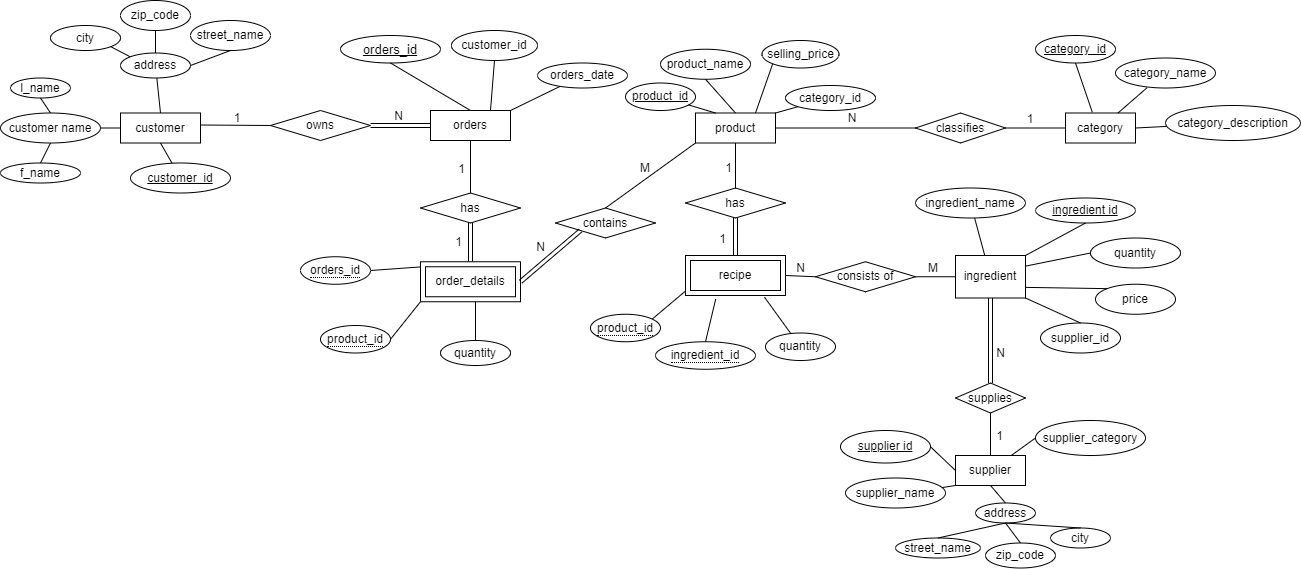
DHBW-Database-Project/Project-Smoothies keeps this draw.io diagram as Docs/ERM Diagramm.png. Above is the earlier version. Source tidied: cells renumbered, new cells last; positions are measured from the earlier drawing's top-left corner, leaving out a move shared by most shapes.
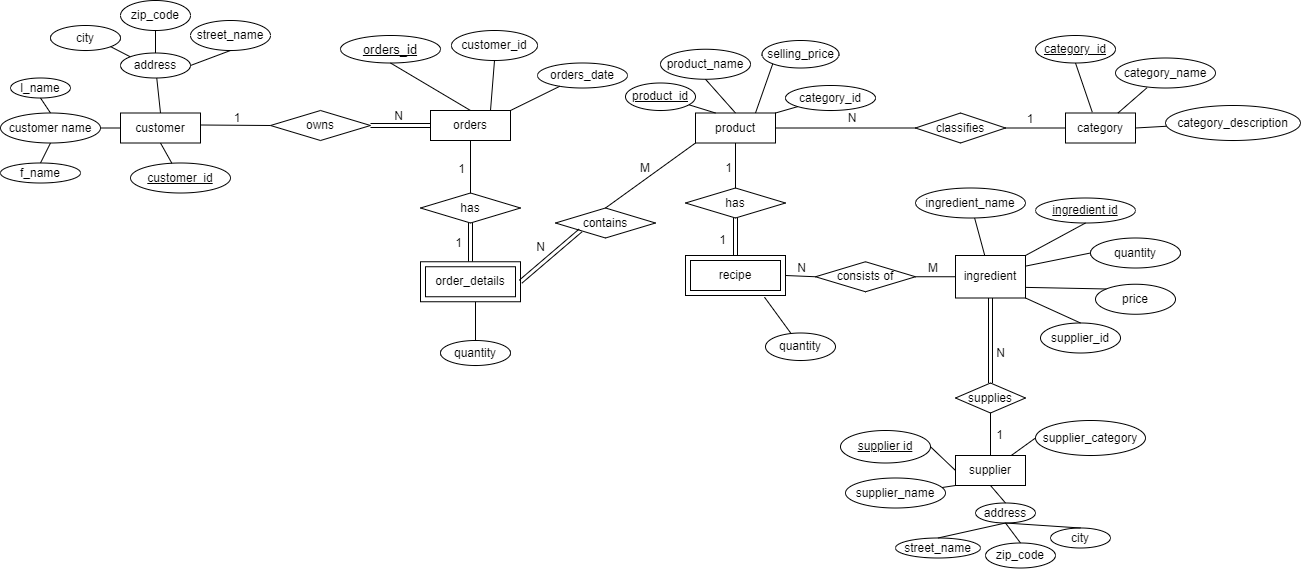
The same file after the commit.

Commit message:
remove keys from weak entities

Diff of the diagram source:
```diff
@@ -254,11 +254,6 @@
     <mxCell id="81" style="endArrow=none;html=1;rounded=0;entryX=0.79;entryY=1.042;entryDx=0;entryDy=0;entryPerimeter=0;" parent="1" edge="1" source="80" target="113">
       <mxGeometry relative="1" as="geometry" />
     </mxCell>
-    <mxCell id="82" style="endArrow=none;html=1;rounded=0;exitX=0.013;exitY=0.861;exitDx=0;exitDy=0;exitPerimeter=0;" parent="1" edge="1" source="113">
-      <mxGeometry relative="1" as="geometry">
-        <mxPoint x="650" y="320" as="targetPoint" />
-      </mxGeometry>
-    </mxCell>
     <mxCell id="83" value="category_id" style="ellipse;whiteSpace=wrap;html=1;align=center;" parent="1" vertex="1">
       <mxGeometry x="785" y="85" width="90" height="25" as="geometry" />
     </mxCell>
@@ -292,15 +287,6 @@
     <mxCell id="91" style="endArrow=none;html=1;rounded=0;exitX=0.5;exitY=0;exitDx=0;exitDy=0;entryX=0.55;entryY=0.995;entryDx=0;entryDy=0;entryPerimeter=0;" parent="1" edge="1" source="56" target="112">
       <mxGeometry relative="1" as="geometry" />
     </mxCell>
-    <mxCell id="92" style="endArrow=none;html=1;rounded=0;exitX=1;exitY=0.5;exitDx=0;exitDy=0;entryX=0.015;entryY=0.127;entryDx=0;entryDy=0;entryPerimeter=0;" parent="1" edge="1" source="99" target="112">
-      <mxGeometry relative="1" as="geometry" />
-    </mxCell>
-    <mxCell id="93" style="endArrow=none;html=1;rounded=0;entryX=0;entryY=1;entryDx=0;entryDy=0;exitX=1;exitY=0.5;exitDx=0;exitDy=0;" parent="1" edge="1" source="100" target="112">
-      <mxGeometry relative="1" as="geometry" />
-    </mxCell>
-    <mxCell id="94" style="endArrow=none;html=1;rounded=0;exitX=0.5;exitY=0;exitDx=0;exitDy=0;entryX=0.302;entryY=1.089;entryDx=0;entryDy=0;entryPerimeter=0;" parent="1" edge="1" source="110" target="113">
-      <mxGeometry relative="1" as="geometry" />
-    </mxCell>
     <mxCell id="95" value="has" style="shape=rhombus;perimeter=rhombusPerimeter;whiteSpace=wrap;html=1;align=center;" parent="1" vertex="1">
       <mxGeometry x="420" y="192.5" width="100" height="30" as="geometry" />
     </mxCell>
@@ -315,12 +301,6 @@
         <mxPoint x="-8" y="28" as="offset" />
       </mxGeometry>
     </mxCell>
-    <mxCell id="99" value="&lt;span style=&quot;border-bottom: 1px dotted&quot;&gt;orders_id&lt;/span&gt;" style="ellipse;whiteSpace=wrap;html=1;align=center;" parent="1" vertex="1">
-      <mxGeometry x="300" y="256.2" width="70" height="27.5" as="geometry" />
-    </mxCell>
-    <mxCell id="100" value="&lt;span style=&quot;border-bottom: 1px dotted&quot;&gt;product_id&lt;/span&gt;" style="ellipse;whiteSpace=wrap;html=1;align=center;" parent="1" vertex="1">
-      <mxGeometry x="320" y="325" width="70" height="27.5" as="geometry" />
-    </mxCell>
     <mxCell id="101" value="has" style="shape=rhombus;perimeter=rhombusPerimeter;whiteSpace=wrap;html=1;align=center;" parent="1" vertex="1">
       <mxGeometry x="685" y="187.5" width="100" height="30" as="geometry" />
     </mxCell>
@@ -351,14 +331,11 @@
         <mxPoint x="-10" as="offset" />
       </mxGeometry>
     </mxCell>
-    <mxCell id="109" value="&lt;span style=&quot;border-bottom: 1px dotted&quot;&gt;product_id&lt;/span&gt;" style="ellipse;whiteSpace=wrap;html=1;align=center;" parent="1" vertex="1">
-      <mxGeometry x="590" y="313.8" width="70" height="27.5" as="geometry" />
-    </mxCell>
-    <mxCell id="110" value="&lt;span style=&quot;border-bottom: 1px dotted&quot;&gt;ingredient_id&lt;/span&gt;" style="ellipse;whiteSpace=wrap;html=1;align=center;" parent="1" vertex="1">
-      <mxGeometry x="655" y="341.2" width="100" height="27.5" as="geometry" />
-    </mxCell>
-    <mxCell id="111" style="edgeStyle=orthogonalEdgeStyle;rounded=0;orthogonalLoop=1;jettySize=auto;html=1;exitX=0.5;exitY=1;exitDx=0;exitDy=0;" parent="1" edge="1" source="110" target="110">
-      <mxGeometry relative="1" as="geometry" />
+    <mxCell id="111" style="edgeStyle=orthogonalEdgeStyle;rounded=0;orthogonalLoop=1;jettySize=auto;html=1;exitX=0.5;exitY=1;exitDx=0;exitDy=0;" parent="1" edge="1">
+      <mxGeometry relative="1" as="geometry">
+        <mxPoint x="705" y="368.8" as="sourcePoint" />
+        <mxPoint x="705" y="368.8" as="targetPoint" />
+      </mxGeometry>
     </mxCell>
     <mxCell id="112" value="order_details" style="shape=ext;margin=3;double=1;whiteSpace=wrap;html=1;align=center;" parent="1" vertex="1">
       <mxGeometry x="420" y="261.2" width="100" height="40" as="geometry" />
```
